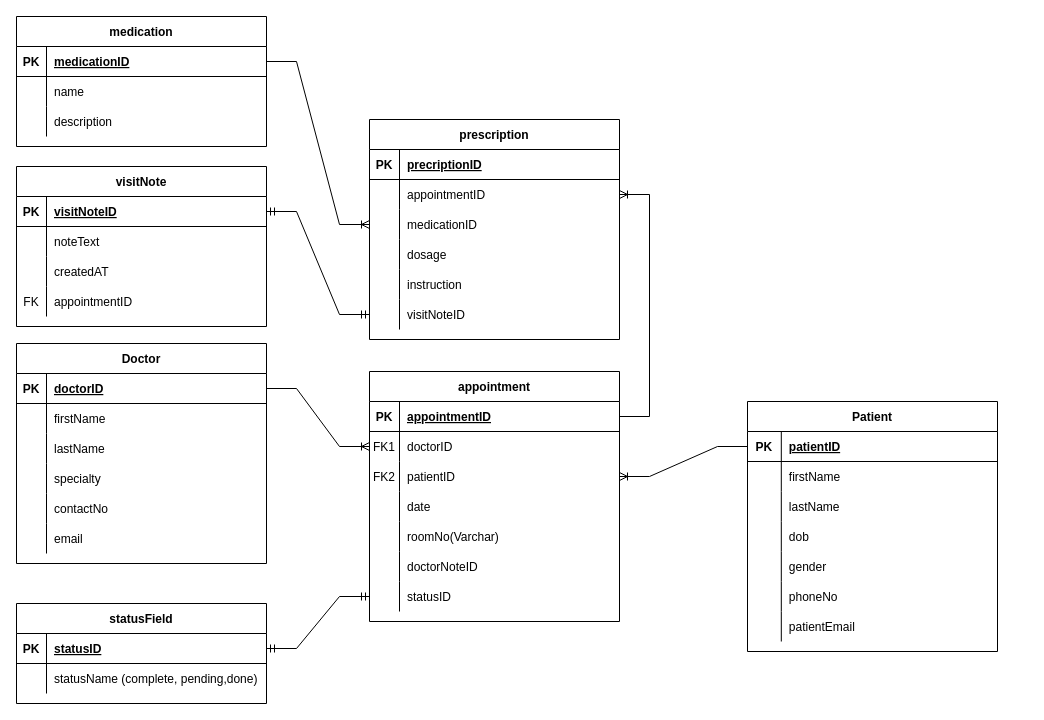
Before: Untitled Diagram.drawio in Macaies/relational-datbase, a draw.io diagram. Source tidied: cells renumbered, new cells numbered last; positions are measured from the earlier drawing's top-left corner, leaving out a move shared by most shapes. Both pictures are drawn from the tidied source at 100%, with x=0, y=0 at pixel (16, 16).
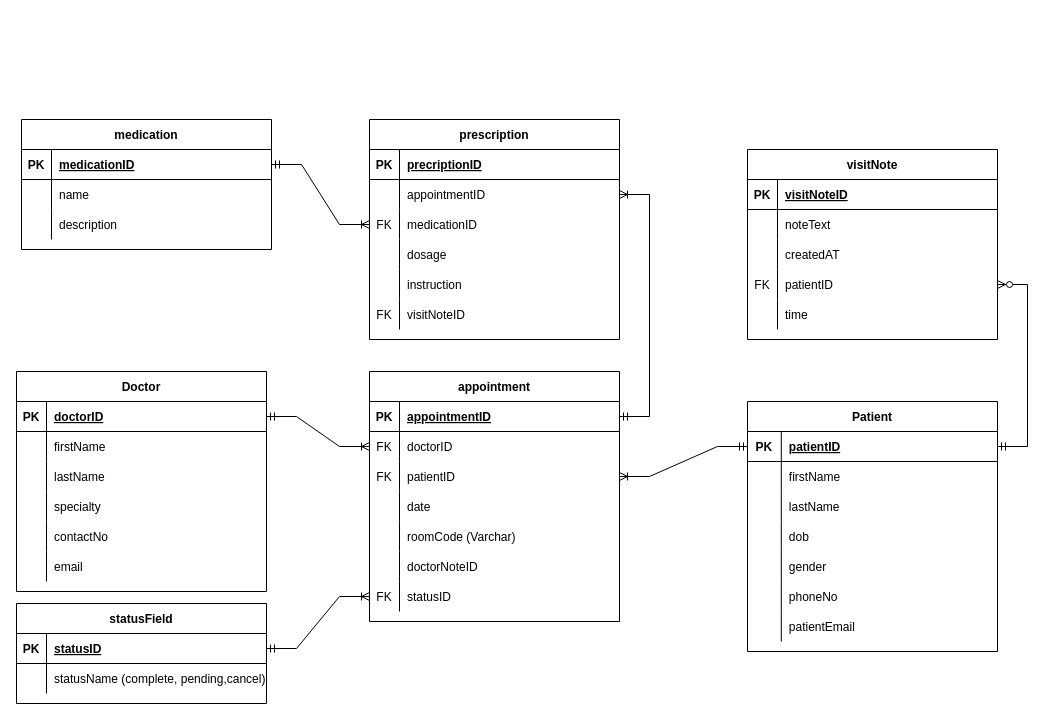
The same diagram, later.

Unchanged cells that the change refers to:
```xml
<mxCell id="3" style="shape=partialRectangle;fillColor=none;points=[[0,0.5],[1,0.5]];portConstraint=eastwest;top=0;left=0;right=0;bottom=1;" parent="2" vertex="1">
  <mxGeometry y="30" width="250" height="30" as="geometry" />
</mxCell>
<mxCell id="25" style="shape=partialRectangle;fillColor=none;points=[[0,0.5],[1,0.5]];portConstraint=eastwest;top=0;left=0;right=0;bottom=1;" parent="24" vertex="1">
  <mxGeometry y="30" width="250" height="30" as="geometry" />
</mxCell>
<mxCell id="35" style="shape=partialRectangle;fillColor=none;points=[[0,0.5],[1,0.5]];portConstraint=eastwest;top=0;left=0;right=0;bottom=1;" parent="34" vertex="1">
  <mxGeometry y="30" width="250" height="30" as="geometry" />
</mxCell>
<mxCell id="54" style="shape=partialRectangle;fillColor=none;points=[[0,0.5],[1,0.5]];portConstraint=eastwest;top=0;left=0;right=0;bottom=1;" parent="53" vertex="1">
  <mxGeometry y="30" width="250" height="30" as="geometry" />
</mxCell>
<mxCell id="57" style="shape=partialRectangle;fillColor=none;points=[[0,0.5],[1,0.5]];portConstraint=eastwest;top=0;left=0;right=0;bottom=0;" parent="53" vertex="1">
  <mxGeometry y="60" width="250" height="30" as="geometry" />
</mxCell>
<mxCell id="60" style="shape=partialRectangle;fillColor=none;points=[[0,0.5],[1,0.5]];portConstraint=eastwest;top=0;left=0;right=0;bottom=0;" parent="53" vertex="1">
  <mxGeometry y="90" width="250" height="30" as="geometry" />
</mxCell>
<mxCell id="66" style="shape=partialRectangle;fillColor=none;top=0;left=0;right=0;bottom=0;" parent="53" vertex="1">
  <mxGeometry y="150" width="250" height="30" as="geometry" />
</mxCell>
<mxCell id="72" style="shape=partialRectangle;fillColor=none;points=[[0,0.5],[1,0.5]];portConstraint=eastwest;top=0;left=0;right=0;bottom=0;" parent="53" vertex="1">
  <mxGeometry y="210" width="250" height="30" as="geometry" />
</mxCell>
<mxCell id="83" style="shape=partialRectangle;fillColor=none;points=[[0,0.5],[1,0.5]];portConstraint=eastwest;top=0;left=0;right=0;bottom=0;" parent="79" vertex="1">
  <mxGeometry y="60" width="250" height="30" as="geometry" />
</mxCell>
<mxCell id="86" style="shape=partialRectangle;fillColor=none;points=[[0,0.5],[1,0.5]];portConstraint=eastwest;top=0;left=0;right=0;bottom=0;" parent="79" vertex="1">
  <mxGeometry y="90" width="250" height="30" as="geometry" />
</mxCell>
<mxCell id="95" style="shape=partialRectangle;fillColor=none;points=[[0,0.5],[1,0.5]];portConstraint=eastwest;top=0;left=0;right=0;bottom=0;" parent="79" vertex="1">
  <mxGeometry y="180" width="250" height="30" as="geometry" />
</mxCell>
<mxCell id="99" style="shape=partialRectangle;fillColor=none;points=[[0,0.5],[1,0.5]];portConstraint=eastwest;top=0;left=0;right=0;bottom=1;" parent="98" vertex="1">
  <mxGeometry y="30" width="250" height="30" as="geometry" />
</mxCell>
<mxCell id="102" style="shape=partialRectangle;fillColor=none;top=0;left=0;right=0;bottom=0;" parent="98" vertex="1">
  <mxGeometry y="60" width="250" height="30" as="geometry" />
</mxCell>
<mxCell id="106" style="shape=partialRectangle;fillColor=none;points=[[0,0.5],[1,0.5]];portConstraint=eastwest;top=0;left=0;right=0;bottom=1;" parent="105" vertex="1">
  <mxGeometry y="30" width="250" height="30" as="geometry" />
</mxCell>
<mxCell id="115" style="shape=partialRectangle;fillColor=none;points=[[0,0.5],[1,0.5]];portConstraint=eastwest;top=0;left=0;right=0;bottom=0;" parent="105" vertex="1">
  <mxGeometry y="120" width="250" height="30" as="geometry" />
</mxCell>
```

Diff of the diagram source:
```diff
@@
     <mxCell id="24" value="medication" style="shape=table;startSize=30;childLayout=tableLayout;rowLines=0;fontStyle=1;align=center;" parent="1" vertex="1">
-      <mxGeometry width="250" height="130" as="geometry" />
+      <mxGeometry x="5" y="103" width="250" height="130" as="geometry" />
     </mxCell>
@@
     <mxCell id="34" value="Doctor" style="shape=table;startSize=30;childLayout=tableLayout;rowLines=0;fontStyle=1;align=center;" parent="1" vertex="1">
-      <mxGeometry y="327" width="250" height="220" as="geometry" />
+      <mxGeometry y="355" width="250" height="220" as="geometry" />
     </mxCell>
@@
-    <mxCell id="58" value="FK1" style="shape=partialRectangle;overflow=hidden;fillColor=none;top=0;left=0;bottom=0;right=0;" parent="57" vertex="1">
+    <mxCell id="58" value="FK" style="shape=partialRectangle;overflow=hidden;fillColor=none;top=0;left=0;bottom=0;right=0;" parent="57" vertex="1">
       <mxGeometry width="30" height="30" as="geometry" />
     </mxCell>
@@
-    <mxCell id="61" value="FK2" style="shape=partialRectangle;overflow=hidden;fillColor=none;top=0;left=0;bottom=0;right=0;" parent="60" vertex="1">
+    <mxCell id="61" value="FK" style="shape=partialRectangle;overflow=hidden;fillColor=none;top=0;left=0;bottom=0;right=0;" parent="60" vertex="1">
       <mxGeometry width="30" height="30" as="geometry" />
     </mxCell>
@@
-    <mxCell id="68" value="roomNo(Varchar)" style="shape=partialRectangle;overflow=hidden;fillColor=none;top=0;left=0;bottom=0;right=0;align=left;spacingLeft=6;" parent="66" vertex="1">
+    <mxCell id="68" value="roomCode (Varchar)" style="shape=partialRectangle;overflow=hidden;fillColor=none;top=0;left=0;bottom=0;right=0;align=left;spacingLeft=6;" parent="66" vertex="1">
       <mxGeometry x="30" width="220" height="30" as="geometry" />
     </mxCell>
@@
-    <mxCell id="73" style="shape=partialRectangle;overflow=hidden;fillColor=none;top=0;left=0;bottom=0;right=0;" parent="72" vertex="1">
+    <mxCell id="73" value="FK" style="shape=partialRectangle;overflow=hidden;fillColor=none;top=0;left=0;bottom=0;right=0;" parent="72" vertex="1">
       <mxGeometry width="30" height="30" as="geometry" />
     </mxCell>
@@
-    <mxCell id="75" style="edgeStyle=entityRelationEdgeStyle;fontSize=12;html=1;endArrow=ERoneToMany;rounded=0;exitX=1;exitY=0.5;exitDx=0;exitDy=0;entryX=0;entryY=0.5;entryDx=0;entryDy=0;" parent="1" edge="1" source="25" target="86">
+    <mxCell id="75" style="edgeStyle=entityRelationEdgeStyle;fontSize=12;html=1;endArrow=ERoneToMany;rounded=0;exitX=1;exitY=0.5;exitDx=0;exitDy=0;entryX=0;entryY=0.5;entryDx=0;entryDy=0;startArrow=ERmandOne;startFill=0;" parent="1" edge="1" source="25" target="86">
       <mxGeometry relative="1" as="geometry" />
     </mxCell>
-    <mxCell id="76" style="edgeStyle=entityRelationEdgeStyle;fontSize=12;html=1;endArrow=ERoneToMany;rounded=0;exitX=0;exitY=0.5;exitDx=0;exitDy=0;entryX=1;entryY=0.5;entryDx=0;entryDy=0;" parent="1" edge="1" source="3" target="60">
+    <mxCell id="76" style="edgeStyle=entityRelationEdgeStyle;fontSize=12;html=1;endArrow=ERoneToMany;rounded=0;exitX=0;exitY=0.5;exitDx=0;exitDy=0;entryX=1;entryY=0.5;entryDx=0;entryDy=0;startArrow=ERmandOne;startFill=0;" parent="1" edge="1" source="3" target="60">
       <mxGeometry relative="1" as="geometry" />
     </mxCell>
-    <mxCell id="77" style="edgeStyle=entityRelationEdgeStyle;fontSize=12;html=1;endArrow=ERoneToMany;rounded=0;exitX=1;exitY=0.5;exitDx=0;exitDy=0;entryX=0;entryY=0.5;entryDx=0;entryDy=0;" parent="1" edge="1" source="35" target="57">
+    <mxCell id="77" style="edgeStyle=entityRelationEdgeStyle;fontSize=12;html=1;endArrow=ERoneToMany;rounded=0;exitX=1;exitY=0.5;exitDx=0;exitDy=0;entryX=0;entryY=0.5;entryDx=0;entryDy=0;startArrow=ERmandOne;startFill=0;" parent="1" edge="1" source="35" target="57">
       <mxGeometry relative="1" as="geometry" />
     </mxCell>
-    <mxCell id="78" style="edgeStyle=entityRelationEdgeStyle;fontSize=12;html=1;endArrow=ERoneToMany;rounded=0;entryX=1;entryY=0.5;entryDx=0;entryDy=0;exitX=1;exitY=0.5;exitDx=0;exitDy=0;" parent="1" edge="1" source="54" target="83">
+    <mxCell id="78" style="edgeStyle=entityRelationEdgeStyle;fontSize=12;html=1;endArrow=ERoneToMany;rounded=0;entryX=1;entryY=0.5;entryDx=0;entryDy=0;exitX=1;exitY=0.5;exitDx=0;exitDy=0;startArrow=ERmandOne;startFill=0;" parent="1" edge="1" source="54" target="83">
       <mxGeometry relative="1" as="geometry">
         <Array as="points">
           <mxPoint x="1046" y="143" />
           <mxPoint x="654" y="330" />
           <mxPoint x="667" y="335" />
           <mxPoint x="1053" y="279" />
           <mxPoint x="1010" y="264" />
           <mxPoint x="532" y="228" />
           <mxPoint x="750" y="209" />
         </Array>
       </mxGeometry>
     </mxCell>
@@
-    <mxCell id="87" style="shape=partialRectangle;overflow=hidden;fillColor=none;top=0;left=0;bottom=0;right=0;" parent="86" vertex="1">
+    <mxCell id="87" value="FK" style="shape=partialRectangle;overflow=hidden;fillColor=none;top=0;left=0;bottom=0;right=0;" parent="86" vertex="1">
       <mxGeometry width="30" height="30" as="geometry" />
     </mxCell>
@@
-    <mxCell id="96" style="shape=partialRectangle;overflow=hidden;fillColor=none;top=0;left=0;bottom=0;right=0;" parent="95" vertex="1">
+    <mxCell id="96" value="FK" style="shape=partialRectangle;overflow=hidden;fillColor=none;top=0;left=0;bottom=0;right=0;" parent="95" vertex="1">
       <mxGeometry width="30" height="30" as="geometry" />
     </mxCell>
@@
-    <mxCell id="104" value="statusName (complete, pending,done)" style="shape=partialRectangle;overflow=hidden;fillColor=none;top=0;left=0;bottom=0;right=0;align=left;spacingLeft=6;" parent="102" vertex="1">
+    <mxCell id="104" value="statusName (complete, pending,cancel)" style="shape=partialRectangle;overflow=hidden;fillColor=none;top=0;left=0;bottom=0;right=0;align=left;spacingLeft=6;" parent="102" vertex="1">
       <mxGeometry x="30" width="220" height="30" as="geometry" />
     </mxCell>
     <mxCell id="105" value="visitNote" style="shape=table;startSize=30;childLayout=tableLayout;rowLines=0;fontStyle=1;align=center;" parent="1" vertex="1">
-      <mxGeometry y="150" width="250" height="160" as="geometry" />
+      <mxGeometry x="731" y="133" width="250" height="190" as="geometry" />
     </mxCell>
@@
-    <mxCell id="117" value="appointmentID" style="shape=partialRectangle;overflow=hidden;fillColor=none;top=0;left=0;bottom=0;right=0;align=left;spacingLeft=6;" parent="115" vertex="1">
+    <mxCell id="117" value="patientID" style="shape=partialRectangle;overflow=hidden;fillColor=none;top=0;left=0;bottom=0;right=0;align=left;spacingLeft=6;" parent="115" vertex="1">
       <mxGeometry x="30" width="220" height="30" as="geometry" />
     </mxCell>
+    <mxCell id="120" style="shape=partialRectangle;fillColor=none;top=0;left=0;right=0;bottom=0;" parent="105" vertex="1">
+      <mxGeometry y="150" width="250" height="30" as="geometry" />
+    </mxCell>
+    <mxCell id="121" style="shape=partialRectangle;overflow=hidden;fillColor=none;top=0;left=0;bottom=0;right=0;" parent="120" vertex="1">
+      <mxGeometry width="30" height="30" as="geometry" />
+    </mxCell>
+    <mxCell id="122" value="time" style="shape=partialRectangle;overflow=hidden;fillColor=none;top=0;left=0;bottom=0;right=0;align=left;spacingLeft=6;" parent="120" vertex="1">
+      <mxGeometry x="30" width="220" height="30" as="geometry" />
+    </mxCell>
-    <mxCell id="118" style="edgeStyle=entityRelationEdgeStyle;fontSize=12;html=1;endArrow=ERmandOne;startArrow=ERmandOne;rounded=0;exitX=0;exitY=0.5;exitDx=0;exitDy=0;entryX=1;entryY=0.5;entryDx=0;entryDy=0;" parent="1" edge="1" source="72" target="99">
+    <mxCell id="118" style="edgeStyle=entityRelationEdgeStyle;fontSize=12;html=1;endArrow=ERoneToMany;startArrow=ERmandOne;rounded=0;exitX=1;exitY=0.5;exitDx=0;exitDy=0;endFill=0;entryX=0;entryY=0.5;entryDx=0;entryDy=0;" parent="1" edge="1" source="99" target="72">
       <mxGeometry relative="1" as="geometry" />
     </mxCell>
-    <mxCell id="119" style="edgeStyle=entityRelationEdgeStyle;fontSize=12;html=1;endArrow=ERmandOne;startArrow=ERmandOne;rounded=0;entryX=1;entryY=0.5;entryDx=0;entryDy=0;exitX=0;exitY=0.5;exitDx=0;exitDy=0;" parent="1" edge="1" source="95" target="106">
+    <mxCell id="119" style="edgeStyle=entityRelationEdgeStyle;fontSize=12;html=1;endArrow=ERzeroToMany;startArrow=ERmandOne;rounded=0;entryX=1;entryY=0.5;entryDx=0;entryDy=0;exitX=1;exitY=0.5;exitDx=0;exitDy=0;endFill=0;" parent="1" edge="1" source="3" target="115">
       <mxGeometry relative="1" as="geometry" />
     </mxCell>
```
